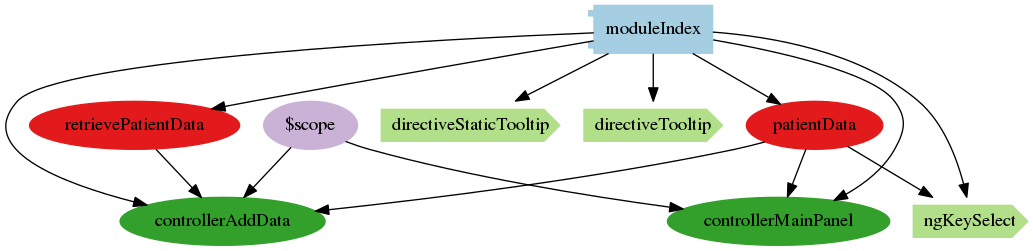
Earlier version of the Graphviz export architecture/png/modules/moduleIndex.png (nevesnunes/MultiViz). Its source is kept beside it as architecture/dot/modules/moduleIndex.dot. Source of this version:
```dot
digraph dependencies {
  node[shape="component",style="filled",colorscheme=paired12]


    node[shape="component"]
    "moduleIndex"[label="moduleIndex", color=1]




    node[shape="ellipse"]




      "controllerAddData"[label="controllerAddData", color=4]
      "moduleIndex" -> "controllerAddData"

      "controllerMainPanel"[label="controllerMainPanel", color=4]
      "moduleIndex" -> "controllerMainPanel"





      "retrievePatientData"[label="retrievePatientData", color=6]
      "moduleIndex" -> "retrievePatientData"

      "patientData"[label="patientData", color=6]
      "moduleIndex" -> "patientData"


    node[shape="cds"]



      "directiveStaticTooltip"[label="directiveStaticTooltip", color=3]
      "moduleIndex" -> "directiveStaticTooltip"

      "directiveTooltip"[label="directiveTooltip", color=3]
      "moduleIndex" -> "directiveTooltip"

      "ngKeySelect"[label="ngKeySelect", color=3]
      "moduleIndex" -> "ngKeySelect"










    node[shape="ellipse",style="filled", color=9]








        "patientData"[label="patientData"]
        "patientData" -> "ngKeySelect"






        "$scope"[label="$scope"]
        "$scope" -> "controllerAddData"

        "patientData"[label="patientData"]
        "patientData" -> "controllerAddData"

        "retrievePatientData"[label="retrievePatientData"]
        "retrievePatientData" -> "controllerAddData"



        "$scope"[label="$scope"]
        "$scope" -> "controllerMainPanel"

        "patientData"[label="patientData"]
        "patientData" -> "controllerMainPanel"














}
```
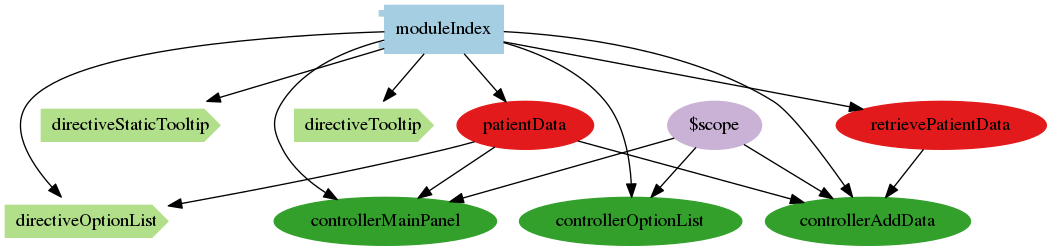
After the change.

Diff of the diagram source:
```diff
@@ -18,6 +18,9 @@
 
       "controllerMainPanel"[label="controllerMainPanel", color=4]
       "moduleIndex" -> "controllerMainPanel"
+
+      "controllerOptionList"[label="controllerOptionList", color=4]
+      "moduleIndex" -> "controllerOptionList"
 
 
 
@@ -40,8 +43,8 @@
       "directiveTooltip"[label="directiveTooltip", color=3]
       "moduleIndex" -> "directiveTooltip"
 
-      "ngKeySelect"[label="ngKeySelect", color=3]
-      "moduleIndex" -> "ngKeySelect"
+      "directiveOptionList"[label="directiveOptionList", color=3]
+      "moduleIndex" -> "directiveOptionList"
 
 
 
@@ -62,7 +65,7 @@
 
 
         "patientData"[label="patientData"]
-        "patientData" -> "ngKeySelect"
+        "patientData" -> "directiveOptionList"
 
 
 
@@ -88,6 +91,11 @@
 
 
 
+        "$scope"[label="$scope"]
+        "$scope" -> "controllerOptionList"
+
+
+
 
 
 
```
